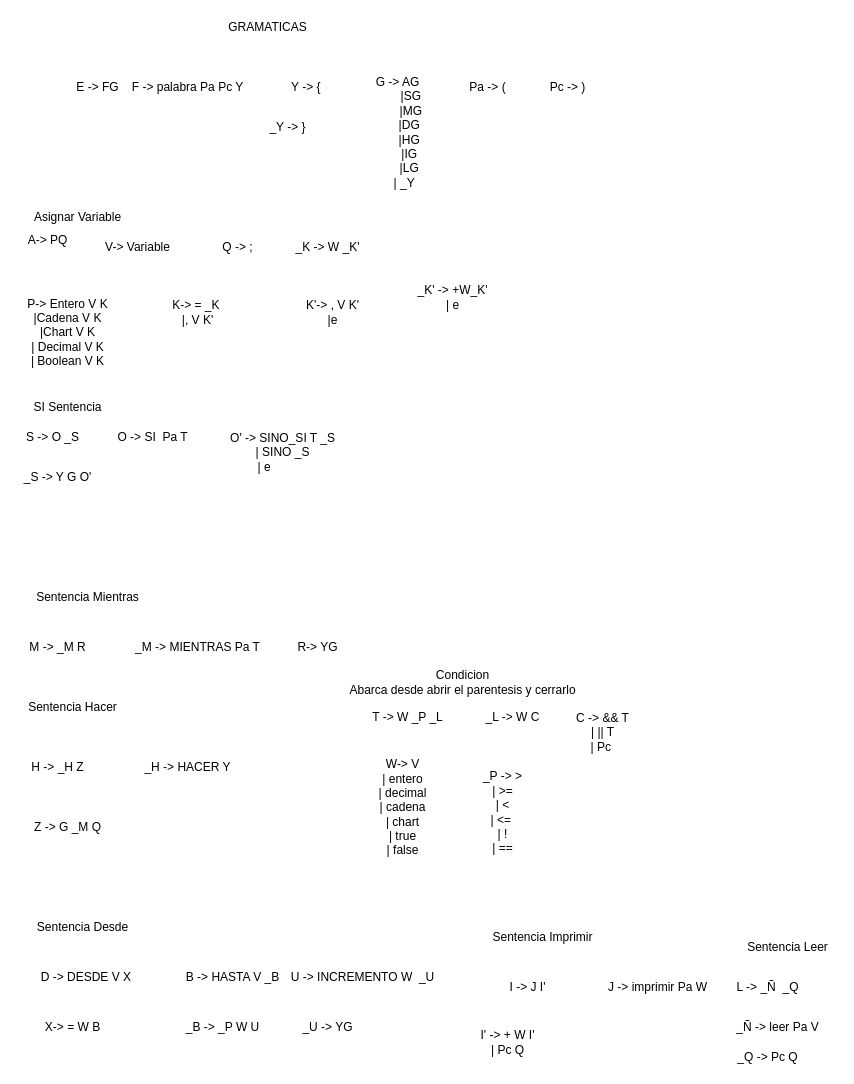
Above: page "Page-2" (2 of 2) of Analizador_Sintactico (4) (4).drawio in Camran1234/Proyecto2_Lenguajes_Analizador_Sintactico (draw.io), before the change. Source tidied: cells renumbered, new cells numbered last; positions are measured from the earlier drawing's top-left corner, leaving out a move shared by most shapes. Both pictures are drawn from the tidied source at 100%, with x=0, y=0 at pixel (17, 17).
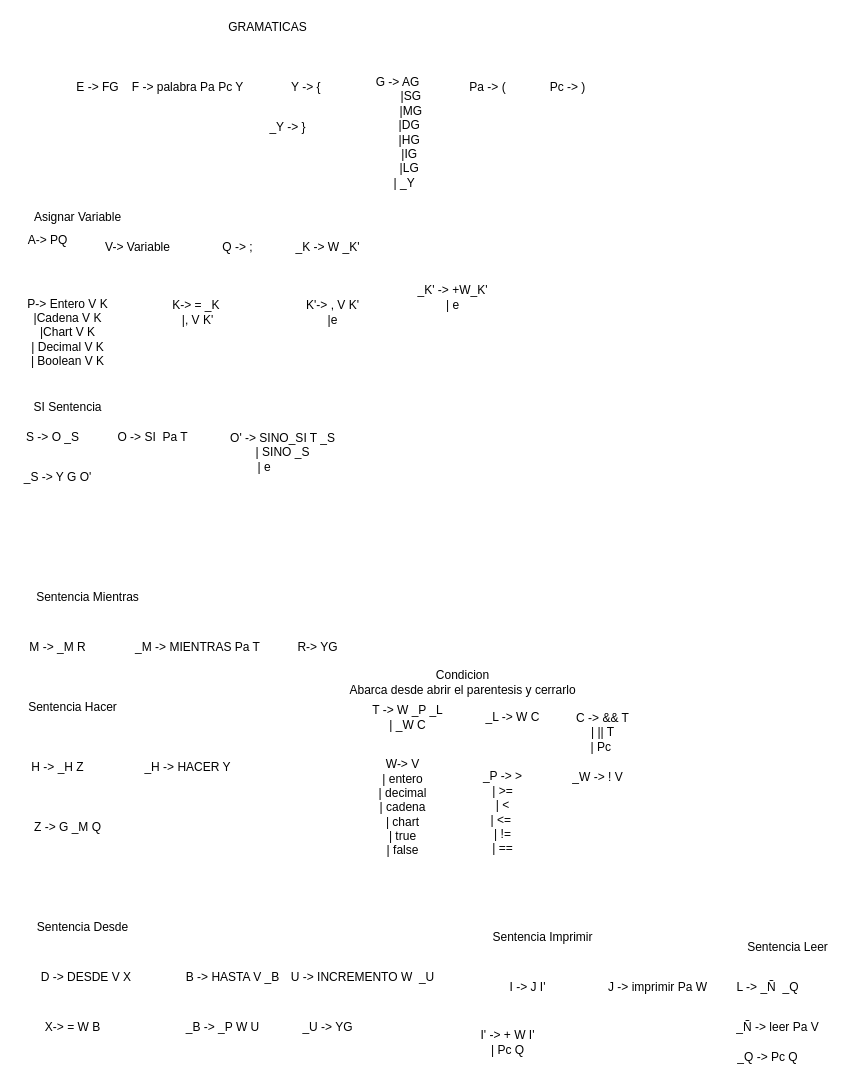
The same page after the edit.

Change to the diagram source:
```diff
@@
-    <mxCell id="21" value="_P -&amp;gt; &amp;gt;&lt;br&gt;| &amp;gt;=&lt;br&gt;| &amp;lt;&lt;br&gt;| &amp;lt;=&amp;nbsp;&lt;br&gt;| !&lt;br&gt;| ==" style="text;html=1;align=center;verticalAlign=middle;" parent="1" vertex="1">
+    <mxCell id="21" value="_P -&amp;gt; &amp;gt;&lt;br&gt;| &amp;gt;=&lt;br&gt;| &amp;lt;&lt;br&gt;| &amp;lt;=&amp;nbsp;&lt;br&gt;| !=&lt;br&gt;| ==" style="text;html=1;align=center;verticalAlign=middle;" parent="1" vertex="1">
       <mxGeometry x="460" y="750" width="50" height="90" as="geometry" />
     </mxCell>
@@
-    <mxCell id="29" value="T -&amp;gt; W _P _L" style="text;html=1;align=center;verticalAlign=middle;" parent="1" vertex="1">
-      <mxGeometry x="345" y="690" width="90" height="20" as="geometry" />
+    <mxCell id="29" value="T -&amp;gt; W _P _L&lt;br&gt;| _W C" style="text;html=1;align=center;verticalAlign=middle;" parent="1" vertex="1">
+      <mxGeometry x="345" y="685" width="90" height="30" as="geometry" />
     </mxCell>
@@
+    <mxCell id="53" value="_W -&amp;gt; ! V" style="text;html=1;align=center;verticalAlign=middle;" parent="1" vertex="1">
+      <mxGeometry x="545" y="750" width="70" height="20" as="geometry" />
+    </mxCell>
```
